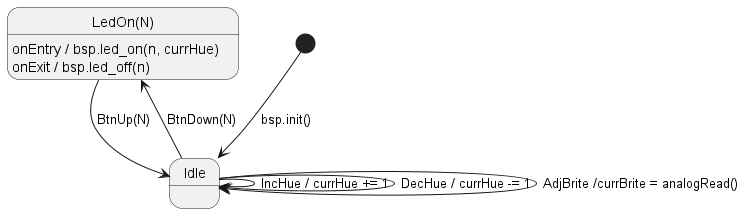
This is doc/statemachine.png from twopoint718/prismatic-spray, a PlantUML export, as it was before one commit.
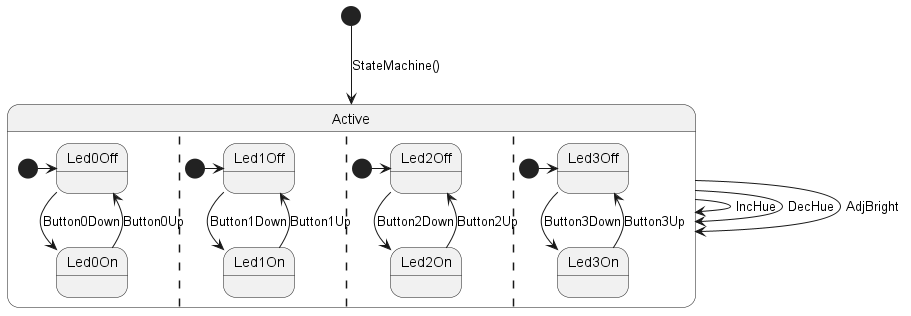
After the change.

Diff of the diagram source:
```diff
@@ -1,11 +1,26 @@
 @startuml StateMachine
-state LedOn as "LedOn(N)" : onEntry / bsp.led_on(n, currHue) \nonExit / bsp.led_off(n)
 
-[*] --> Idle : bsp.init()
-Idle --> LedOn : BtnDown(N)
-LedOn --> Idle : BtnUp(N)
+[*] --> Active : StateMachine()
 
-Idle --> Idle : IncHue / currHue += 1
-Idle --> Idle : DecHue / currHue -= 1
-Idle --> Idle : AdjBrite /currBrite = analogRead()
+Active --> Active : IncHue
+Active --> Active : DecHue
+Active --> Active : AdjBright
+
+state Active {
+  [*] -> Led0Off
+  Led0Off --> Led0On : Button0Down
+  Led0On --> Led0Off : Button0Up
+  ||
+  [*] -> Led1Off
+  Led1Off --> Led1On : Button1Down
+  Led1On --> Led1Off : Button1Up
+  ||
+  [*] -> Led2Off
+  Led2Off --> Led2On : Button2Down
+  Led2On --> Led2Off : Button2Up
+  ||
+  [*] -> Led3Off
+  Led3Off --> Led3On : Button3Down
+  Led3On --> Led3Off : Button3Up
+}
 @enduml
```
